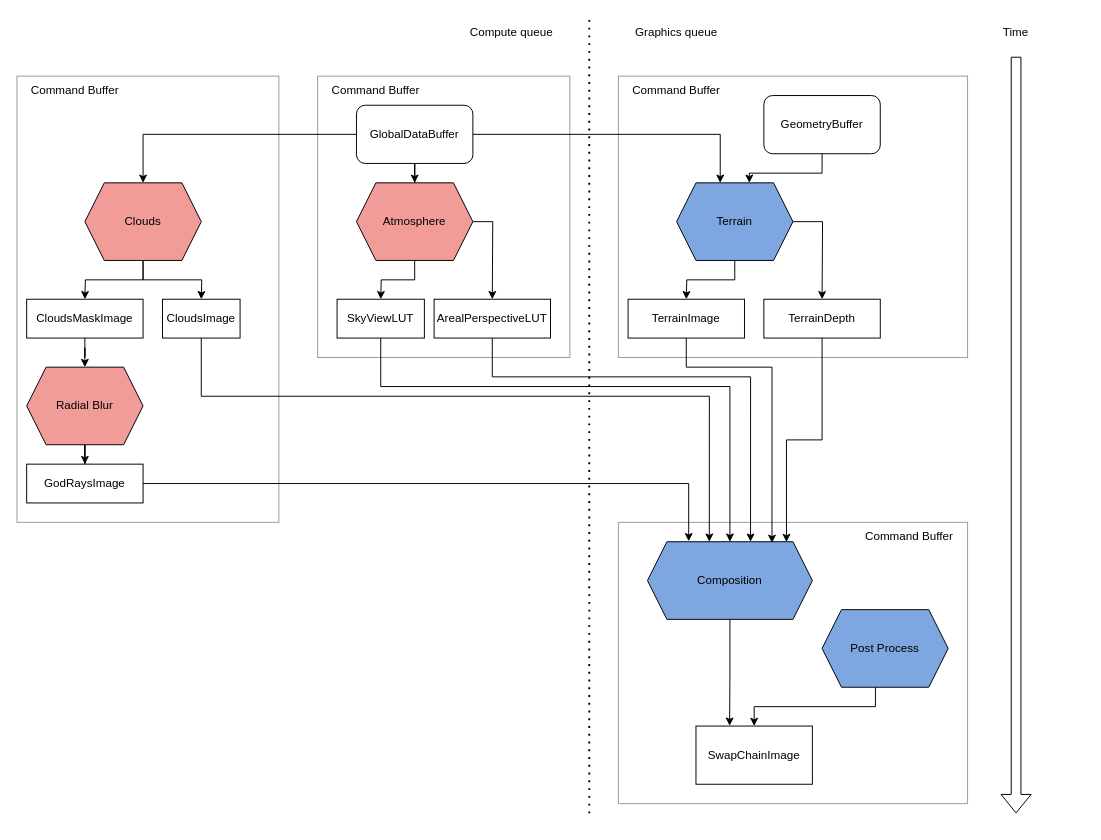
Before: examples/cloud_renderer/framegraph.drawio in elliahu/hammock, a draw.io diagram. Source tidied: cells renumbered, new cells numbered last; positions are measured from the earlier drawing's top-left corner, leaving out a move shared by most shapes. Both pictures are drawn from the tidied source at 97%, with x=0, y=0 at pixel (16, 17).
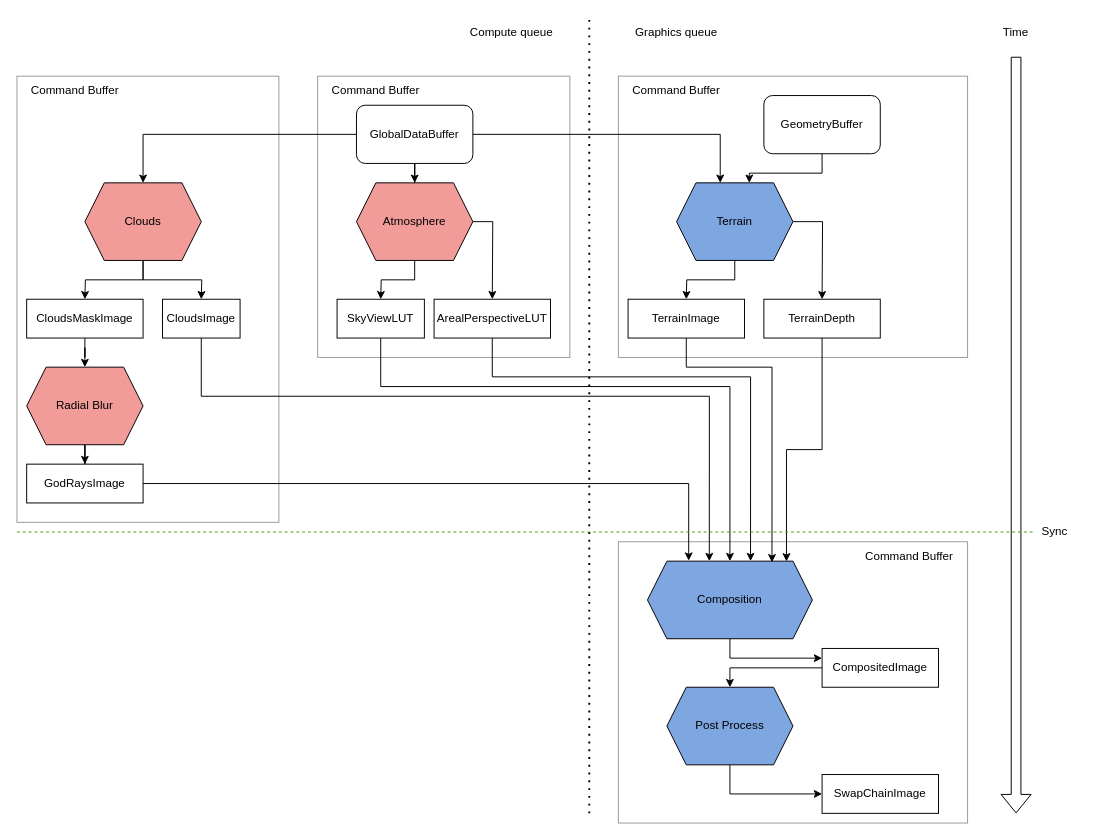
After the change.

What changed in the source:
```diff
@@
     <mxCell id="2" style="rounded=0;whiteSpace=wrap;html=1;fillColor=none;strokeColor=#999999;" parent="1" vertex="1">
-      <mxGeometry x="620" y="520" width="360" height="290" as="geometry" />
+      <mxGeometry x="620" y="540" width="360" height="290" as="geometry" />
     </mxCell>
@@
+    <mxCell id="52" style="edgeStyle=orthogonalEdgeStyle;rounded=0;jettySize=auto;html=1;entryX=0;entryY=0.25;entryDx=0;entryDy=0;exitX=0.5;exitY=1;exitDx=0;exitDy=0;" parent="1" edge="1" source="17" target="54">
+      <mxGeometry relative="1" as="geometry">
+        <Array as="points">
+          <mxPoint x="735" y="660" />
+        </Array>
+      </mxGeometry>
+    </mxCell>
     <mxCell id="17" value="Composition" style="shape=hexagon;perimeter=hexagonPerimeter2;whiteSpace=wrap;html=1;fixedSize=1;fillColor=#7EA6E0;" parent="1" vertex="1">
-      <mxGeometry x="650" y="540" width="170" height="80" as="geometry" />
+      <mxGeometry x="650" y="560" width="170" height="80" as="geometry" />
     </mxCell>
     <mxCell id="18" value="SwapChainImage" style="rounded=0;whiteSpace=wrap;html=1;" parent="1" vertex="1">
-      <mxGeometry x="700" y="730" width="120" height="60" as="geometry" />
+      <mxGeometry x="830" y="780" width="120" height="40" as="geometry" />
     </mxCell>
@@
-    <mxCell id="37" style="edgeStyle=orthogonalEdgeStyle;rounded=0;jettySize=auto;html=1;entryX=0.5;entryY=0;entryDx=0;entryDy=0;" parent="1" edge="1" source="38" target="18">
+    <mxCell id="37" style="edgeStyle=orthogonalEdgeStyle;rounded=0;jettySize=auto;html=1;entryX=0;entryY=0.5;entryDx=0;entryDy=0;" parent="1" edge="1" source="38" target="18">
       <mxGeometry relative="1" as="geometry">
         <Array as="points">
-          <mxPoint x="885" y="710" />
-          <mxPoint x="760" y="710" />
+          <mxPoint x="735" y="800" />
         </Array>
       </mxGeometry>
     </mxCell>
     <mxCell id="38" value="Post Process" style="shape=hexagon;perimeter=hexagonPerimeter2;whiteSpace=wrap;html=1;fixedSize=1;fillColor=#7EA6E0;" parent="1" vertex="1">
-      <mxGeometry x="830" y="610" width="130" height="80" as="geometry" />
+      <mxGeometry x="670" y="690" width="130" height="80" as="geometry" />
     </mxCell>
-    <mxCell id="39" style="edgeStyle=orthogonalEdgeStyle;rounded=0;jettySize=auto;html=1;entryX=0.289;entryY=-0.005;entryDx=0;entryDy=0;entryPerimeter=0;" parent="1" edge="1" source="17" target="18">
-      <mxGeometry relative="1" as="geometry" />
-    </mxCell>
@@
     <mxCell id="49" value="Command Buffer" style="text;html=1;align=center;verticalAlign=middle;whiteSpace=wrap;rounded=0;" parent="1" vertex="1">
-      <mxGeometry x="860" y="520" width="120" height="30" as="geometry" />
+      <mxGeometry x="860" y="540" width="120" height="30" as="geometry" />
     </mxCell>
@@
+    <mxCell id="53" style="edgeStyle=orthogonalEdgeStyle;rounded=0;jettySize=auto;html=1;entryX=0.5;entryY=0;entryDx=0;entryDy=0;" parent="1" edge="1" source="54" target="38">
+      <mxGeometry relative="1" as="geometry" />
+    </mxCell>
+    <mxCell id="54" value="CompositedImage" style="rounded=0;whiteSpace=wrap;html=1;" parent="1" vertex="1">
+      <mxGeometry x="830" y="650" width="120" height="40" as="geometry" />
+    </mxCell>
+    <mxCell id="55" style="endArrow=none;dashed=1;html=1;rounded=0;strokeColor=#4D9900;" parent="1" edge="1">
+      <mxGeometry relative="1" as="geometry">
+        <mxPoint y="530" as="sourcePoint" />
+        <mxPoint x="1050" y="530" as="targetPoint" />
+      </mxGeometry>
+    </mxCell>
+    <mxCell id="56" value="Sync" style="text;html=1;align=center;verticalAlign=middle;whiteSpace=wrap;rounded=0;" parent="1" vertex="1">
+      <mxGeometry x="1040" y="515" width="60" height="30" as="geometry" />
+    </mxCell>
```
